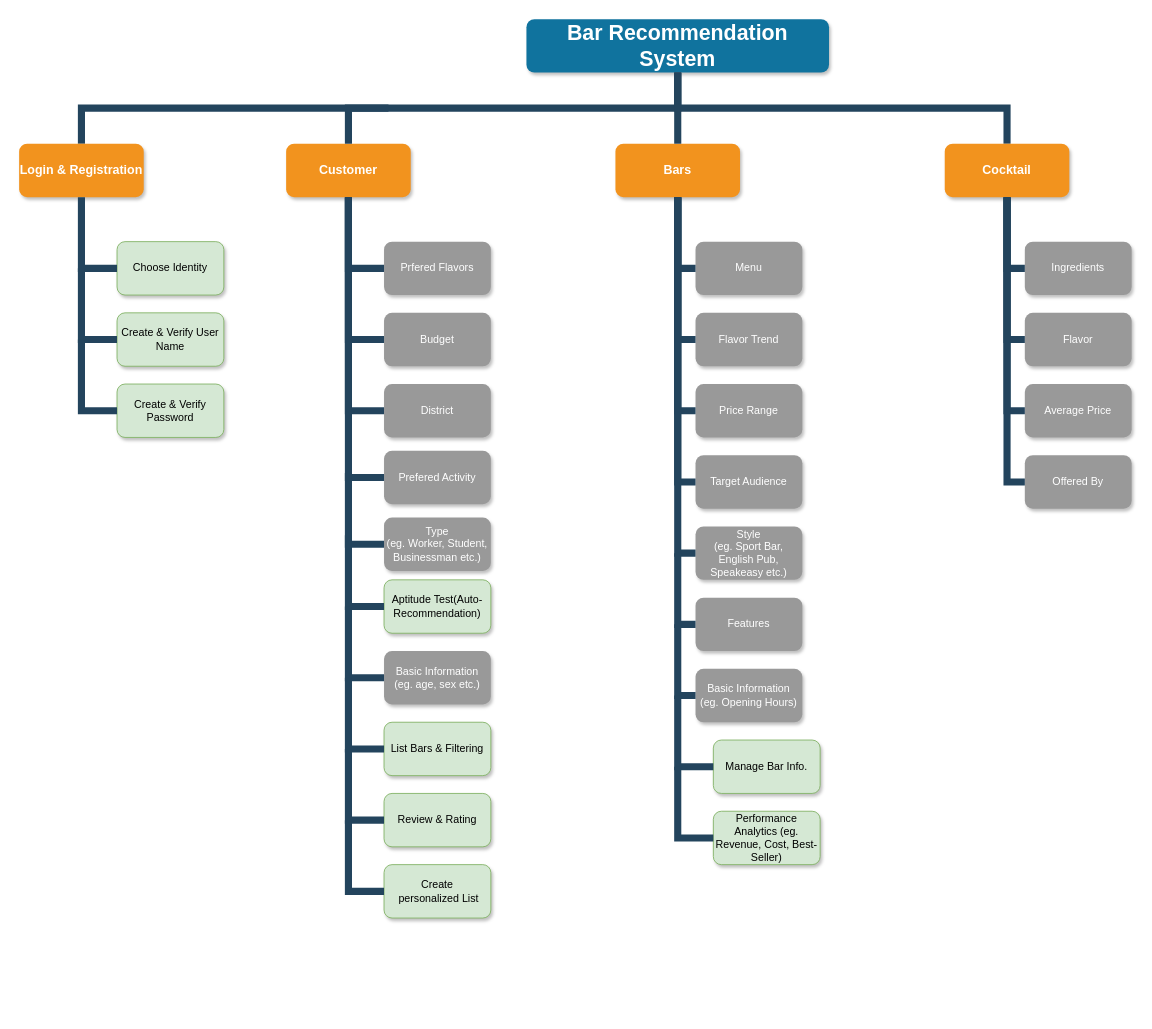
Before: DBMS_System_Fuctions.drawio in tp12356twNccu/Database_NCCU, a draw.io diagram. Source tidied: cells renumbered, new cells numbered last; positions are measured from the earlier drawing's top-left corner, leaving out a move shared by most shapes. Both pictures are drawn from the tidied source at 89%, with x=0, y=0 at pixel (19, 19).
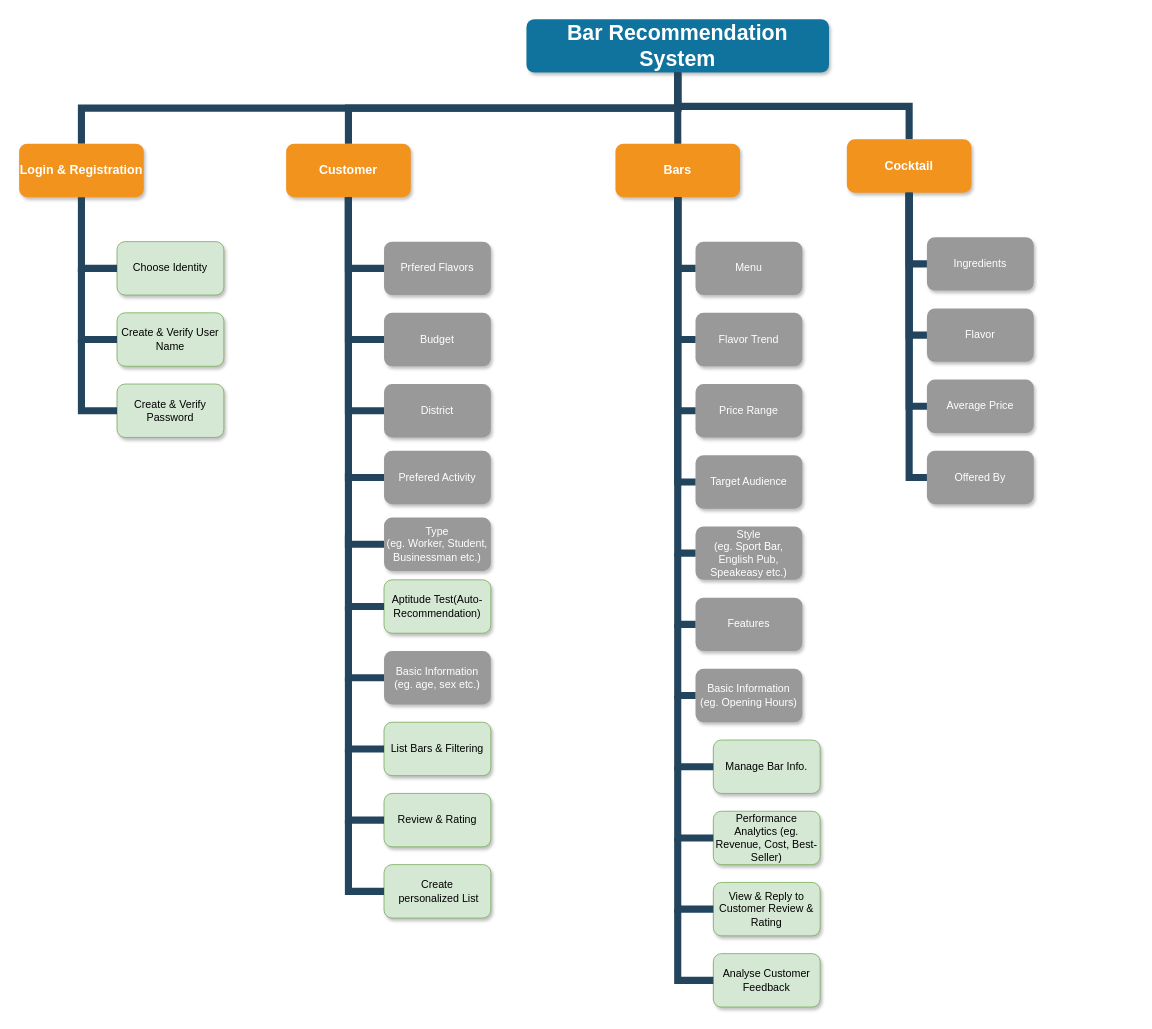
Above is the later version.

The change refers to these unchanged cells:
```xml
<mxCell id="2" value="Bar Recommendation System" style="whiteSpace=wrap;rounded=1;shadow=1;fillColor=#10739E;strokeColor=none;fontColor=#FFFFFF;fontStyle=1;fontSize=24;" parent="1" vertex="1">
  <mxGeometry x="570" width="340" height="60" as="geometry" />
</mxCell>
<mxCell id="54" value="Login &amp; Registration" style="whiteSpace=wrap;rounded=1;fillColor=#F2931E;strokeColor=none;shadow=1;fontColor=#FFFFFF;fontStyle=1;fontSize=14;" parent="1" vertex="1">
  <mxGeometry y="140" width="140" height="60" as="geometry" />
</mxCell>
```

Diff of the diagram source:
```diff
@@
-    <mxCell id="10" style="edgeStyle=elbowEdgeStyle;elbow=vertical;rounded=0;fontColor=#000000;endArrow=none;endFill=0;strokeWidth=8;strokeColor=#23445D;entryX=0.5;entryY=0;entryDx=0;entryDy=0;" parent="1" edge="1" source="2" target="28">
+    <mxCell id="10" style="edgeStyle=elbowEdgeStyle;elbow=vertical;rounded=0;fontColor=#000000;endArrow=none;endFill=0;strokeWidth=8;strokeColor=#23445D;entryX=0.5;entryY=0;entryDx=0;entryDy=0;exitX=0.5;exitY=1;exitDx=0;exitDy=0;" parent="1" edge="1" source="2" target="28">
       <mxGeometry relative="1" as="geometry" />
     </mxCell>
@@
     <mxCell id="28" value="Cocktail" style="whiteSpace=wrap;rounded=1;fillColor=#F2931E;strokeColor=none;shadow=1;fontColor=#FFFFFF;fontStyle=1;fontSize=14;" parent="1" vertex="1">
-      <mxGeometry x="1040" y="140" width="140" height="60" as="geometry" />
+      <mxGeometry x="930" y="135" width="140" height="60" as="geometry" />
     </mxCell>
     <mxCell id="29" value="Ingredients" style="whiteSpace=wrap;rounded=1;fillColor=#999999;strokeColor=none;shadow=1;fontColor=#FFFFFF;fontStyle=0;" parent="1" vertex="1">
-      <mxGeometry x="1130" y="250" width="120" height="60" as="geometry" />
+      <mxGeometry x="1020" y="245" width="120" height="60" as="geometry" />
     </mxCell>
     <mxCell id="30" value="Flavor" style="whiteSpace=wrap;rounded=1;fillColor=#999999;strokeColor=none;shadow=1;fontColor=#FFFFFF;fontStyle=0;" parent="1" vertex="1">
-      <mxGeometry x="1130" y="330" width="120" height="60" as="geometry" />
+      <mxGeometry x="1020" y="325" width="120" height="60" as="geometry" />
     </mxCell>
     <mxCell id="31" value="Average Price" style="whiteSpace=wrap;rounded=1;fillColor=#999999;strokeColor=none;shadow=1;fontColor=#FFFFFF;fontStyle=0;" parent="1" vertex="1">
-      <mxGeometry x="1130" y="410" width="120" height="60" as="geometry" />
+      <mxGeometry x="1020" y="405" width="120" height="60" as="geometry" />
     </mxCell>
     <mxCell id="32" value="Offered By" style="whiteSpace=wrap;rounded=1;fillColor=#999999;strokeColor=none;shadow=1;fontColor=#FFFFFF;fontStyle=0;" parent="1" vertex="1">
-      <mxGeometry x="1130" y="490" width="120" height="60" as="geometry" />
+      <mxGeometry x="1020" y="485" width="120" height="60" as="geometry" />
     </mxCell>
     <mxCell id="33" style="edgeStyle=elbowEdgeStyle;elbow=horizontal;rounded=0;fontColor=#000000;endArrow=none;endFill=0;strokeWidth=8;strokeColor=#23445D;entryX=0;entryY=0.5;entryDx=0;entryDy=0;exitX=0.5;exitY=1;exitDx=0;exitDy=0;" parent="1" edge="1" source="28" target="29">
       <mxGeometry relative="1" as="geometry">
         <Array as="points">
-          <mxPoint x="1110" y="300" />
+          <mxPoint x="1000" y="295" />
         </Array>
       </mxGeometry>
     </mxCell>
     <mxCell id="34" style="edgeStyle=elbowEdgeStyle;elbow=horizontal;rounded=0;fontColor=#000000;endArrow=none;endFill=0;strokeWidth=8;strokeColor=#23445D;entryX=0;entryY=0.5;entryDx=0;entryDy=0;" parent="1" edge="1" target="30">
       <mxGeometry relative="1" as="geometry">
-        <mxPoint x="1110" y="200" as="sourcePoint" />
+        <mxPoint x="1000" y="195" as="sourcePoint" />
         <Array as="points">
-          <mxPoint x="1110" y="300" />
+          <mxPoint x="1000" y="295" />
         </Array>
       </mxGeometry>
     </mxCell>
     <mxCell id="35" style="edgeStyle=elbowEdgeStyle;elbow=horizontal;rounded=0;fontColor=#000000;endArrow=none;endFill=0;strokeWidth=8;strokeColor=#23445D;entryX=0;entryY=0.5;entryDx=0;entryDy=0;exitX=0.5;exitY=1;exitDx=0;exitDy=0;" parent="1" edge="1" source="28" target="31">
       <mxGeometry relative="1" as="geometry">
         <Array as="points">
-          <mxPoint x="1110" y="310" />
+          <mxPoint x="1000" y="305" />
         </Array>
       </mxGeometry>
     </mxCell>
     <mxCell id="36" style="edgeStyle=elbowEdgeStyle;elbow=horizontal;rounded=0;fontColor=#000000;endArrow=none;endFill=0;strokeWidth=8;strokeColor=#23445D;entryX=0;entryY=0.5;entryDx=0;entryDy=0;exitX=0.5;exitY=1;exitDx=0;exitDy=0;" parent="1" edge="1" source="28" target="32">
       <mxGeometry relative="1" as="geometry">
         <Array as="points">
-          <mxPoint x="1110" y="360" />
+          <mxPoint x="1000" y="355" />
         </Array>
       </mxGeometry>
     </mxCell>
@@
-    <mxCell id="53" style="edgeStyle=elbowEdgeStyle;elbow=vertical;rounded=0;fontColor=#000000;endArrow=none;endFill=0;strokeWidth=8;strokeColor=#23445D;" parent="1" edge="1" target="54">
+    <mxCell id="53" style="edgeStyle=elbowEdgeStyle;elbow=vertical;rounded=0;fontColor=#000000;endArrow=none;endFill=0;strokeWidth=8;strokeColor=#23445D;exitX=0.5;exitY=1;exitDx=0;exitDy=0;" parent="1" edge="1" source="2" target="54">
       <mxGeometry relative="1" as="geometry">
-        <mxPoint x="415" y="100" as="sourcePoint" />
         <Array as="points">
           <mxPoint x="280" y="100" />
         </Array>
       </mxGeometry>
     </mxCell>
@@
+    <mxCell id="63" value="View &amp; Reply to Customer Review &amp; Rating" style="whiteSpace=wrap;rounded=1;fillColor=#d5e8d4;strokeColor=#82b366;shadow=1;fontStyle=0;" parent="1" vertex="1">
+      <mxGeometry x="780" y="970" width="120" height="60" as="geometry" />
+    </mxCell>
+    <mxCell id="64" style="edgeStyle=elbowEdgeStyle;elbow=horizontal;rounded=0;fontColor=#000000;endArrow=none;endFill=0;strokeWidth=8;strokeColor=#23445D;exitX=0.5;exitY=1;exitDx=0;exitDy=0;entryX=0;entryY=0.5;entryDx=0;entryDy=0;" parent="1" edge="1">
+      <mxGeometry relative="1" as="geometry">
+        <mxPoint x="740" y="920" as="sourcePoint" />
+        <mxPoint x="780" y="1000" as="targetPoint" />
+        <Array as="points">
+          <mxPoint x="740" y="1040" />
+        </Array>
+      </mxGeometry>
+    </mxCell>
+    <mxCell id="65" value="Analyse Customer Feedback" style="whiteSpace=wrap;rounded=1;fillColor=#d5e8d4;strokeColor=#82b366;shadow=1;fontStyle=0;" parent="1" vertex="1">
+      <mxGeometry x="780" y="1050" width="120" height="60" as="geometry" />
+    </mxCell>
+    <mxCell id="66" style="edgeStyle=elbowEdgeStyle;elbow=horizontal;rounded=0;fontColor=#000000;endArrow=none;endFill=0;strokeWidth=8;strokeColor=#23445D;exitX=0.5;exitY=1;exitDx=0;exitDy=0;entryX=0;entryY=0.5;entryDx=0;entryDy=0;" parent="1" edge="1">
+      <mxGeometry relative="1" as="geometry">
+        <mxPoint x="740" y="1000" as="sourcePoint" />
+        <mxPoint x="780" y="1080" as="targetPoint" />
+        <Array as="points">
+          <mxPoint x="740" y="1120" />
+        </Array>
+      </mxGeometry>
+    </mxCell>
```
